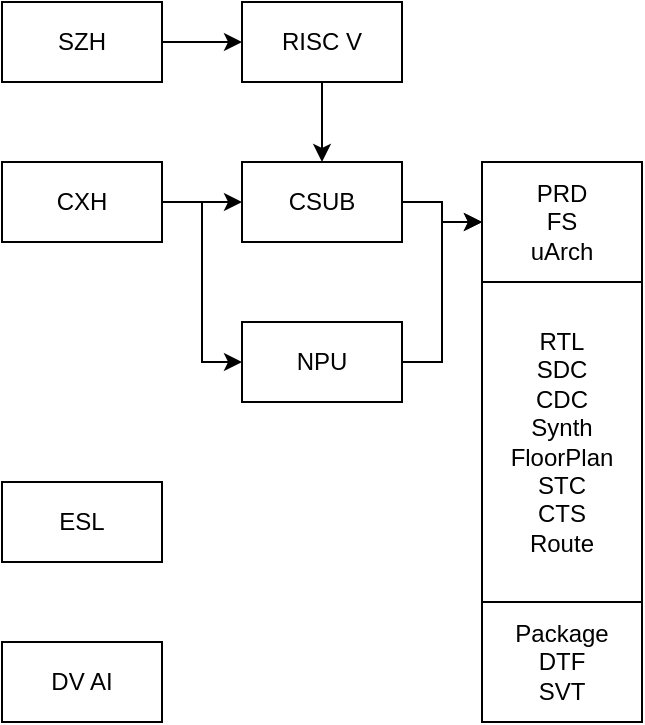
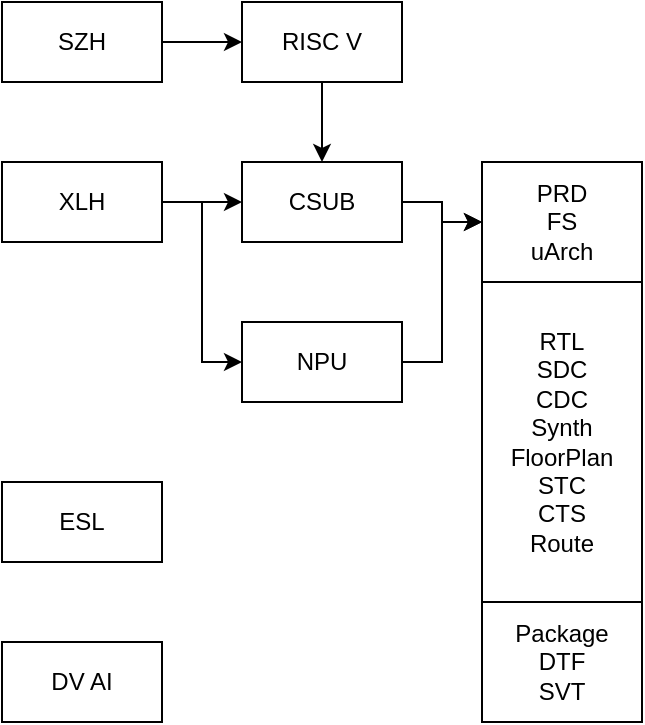
<mxfile host="app.diagrams.net" agent="Mozilla/5.0 (Macintosh; Intel Mac OS X 10_15_7) AppleWebKit/537.36 (KHTML, like Gecko) Chrome/125.0.0.0 Safari/537.36" border="50" scale="3" compressed="false" locked="false">
  <diagram id="YmL12bMKpDGza6XwsDPr" name="第 1 页">
-     <mxGraphModel dx="1173" dy="630" grid="1" gridSize="10" guides="1" tooltips="1" connect="1" arrows="1" fold="1" page="0" pageScale="1" pageWidth="827" pageHeight="1169" math="1" shadow="0">
+     <mxGraphModel dx="1188" dy="645" grid="1" gridSize="10" guides="1" tooltips="1" connect="1" arrows="1" fold="1" page="0" pageScale="1" pageWidth="827" pageHeight="1169" math="1" shadow="0">
      <root>
        <mxCell id="X5NqExCQtvZxIxQ7pmgY-0" />
        <mxCell id="1" parent="X5NqExCQtvZxIxQ7pmgY-0" />
        <mxCell id="rQvUUtji4W4iaLh92UM--3" edge="1" parent="1" source="rQvUUtji4W4iaLh92UM--1" style="edgeStyle=orthogonalEdgeStyle;rounded=0;orthogonalLoop=1;jettySize=auto;html=1;" target="rQvUUtji4W4iaLh92UM--2" value="">
          <mxGeometry relative="1" as="geometry" />
        </mxCell>
        <mxCell id="rQvUUtji4W4iaLh92UM--1" parent="1" style="rounded=0;whiteSpace=wrap;html=1;" value="SZH" vertex="1">
          <mxGeometry height="40" width="80" x="320" y="320" as="geometry" />
        </mxCell>
        <mxCell id="rQvUUtji4W4iaLh92UM--7" edge="1" parent="1" source="rQvUUtji4W4iaLh92UM--2" style="edgeStyle=orthogonalEdgeStyle;rounded=0;orthogonalLoop=1;jettySize=auto;html=1;" target="rQvUUtji4W4iaLh92UM--5" value="">
          <mxGeometry relative="1" as="geometry" />
        </mxCell>
        <mxCell id="rQvUUtji4W4iaLh92UM--2" parent="1" style="rounded=0;whiteSpace=wrap;html=1;" value="RISC V" vertex="1">
          <mxGeometry height="40" width="80" x="440" y="320" as="geometry" />
        </mxCell>
        <mxCell id="rQvUUtji4W4iaLh92UM--8" edge="1" parent="1" source="rQvUUtji4W4iaLh92UM--4" style="edgeStyle=orthogonalEdgeStyle;rounded=0;orthogonalLoop=1;jettySize=auto;html=1;" target="rQvUUtji4W4iaLh92UM--5" value="">
          <mxGeometry relative="1" as="geometry" />
        </mxCell>
-         <mxCell id="rQvUUtji4W4iaLh92UM--4" parent="1" style="rounded=0;whiteSpace=wrap;html=1;" value="CXH" vertex="1">
+         <mxCell id="rQvUUtji4W4iaLh92UM--4" parent="1" style="rounded=0;whiteSpace=wrap;html=1;" value="XLH" vertex="1">
          <mxGeometry height="40" width="80" x="320" y="400" as="geometry" />
        </mxCell>
        <mxCell id="rQvUUtji4W4iaLh92UM--14" edge="1" parent="1" source="rQvUUtji4W4iaLh92UM--5" style="edgeStyle=orthogonalEdgeStyle;rounded=0;orthogonalLoop=1;jettySize=auto;html=1;" target="rQvUUtji4W4iaLh92UM--10" value="">
          <mxGeometry relative="1" as="geometry" />
        </mxCell>
        <mxCell id="rQvUUtji4W4iaLh92UM--5" parent="1" style="rounded=0;whiteSpace=wrap;html=1;" value="CSUB" vertex="1">
          <mxGeometry height="40" width="80" x="440" y="400" as="geometry" />
        </mxCell>
        <mxCell id="rQvUUtji4W4iaLh92UM--15" edge="1" parent="1" source="rQvUUtji4W4iaLh92UM--6" style="edgeStyle=orthogonalEdgeStyle;rounded=0;orthogonalLoop=1;jettySize=auto;html=1;exitX=1;exitY=0.5;exitDx=0;exitDy=0;entryX=0;entryY=0.5;entryDx=0;entryDy=0;" target="rQvUUtji4W4iaLh92UM--10" value="">
          <mxGeometry relative="1" as="geometry">
            <Array as="points">
              <mxPoint x="540" y="500" />
              <mxPoint x="540" y="430" />
            </Array>
            <mxPoint x="340" y="680" as="sourcePoint" />
            <mxPoint x="560" y="440" as="targetPoint" />
          </mxGeometry>
        </mxCell>
        <mxCell id="rQvUUtji4W4iaLh92UM--6" parent="1" style="rounded=0;whiteSpace=wrap;html=1;" value="NPU" vertex="1">
          <mxGeometry height="40" width="80" x="440" y="480" as="geometry" />
        </mxCell>
        <mxCell id="rQvUUtji4W4iaLh92UM--9" edge="1" parent="1" source="rQvUUtji4W4iaLh92UM--4" style="endArrow=classic;html=1;rounded=0;exitX=1;exitY=0.5;exitDx=0;exitDy=0;entryX=0;entryY=0.5;entryDx=0;entryDy=0;edgeStyle=orthogonalEdgeStyle;" target="rQvUUtji4W4iaLh92UM--6" value="">
          <mxGeometry height="50" relative="1" width="50" as="geometry">
            <mxPoint x="390" y="410" as="sourcePoint" />
            <mxPoint x="440" y="360" as="targetPoint" />
          </mxGeometry>
        </mxCell>
        <mxCell id="rQvUUtji4W4iaLh92UM--16" parent="1" style="rounded=0;whiteSpace=wrap;html=1;" value="ESL" vertex="1">
          <mxGeometry height="40" width="80" x="320" y="560" as="geometry" />
        </mxCell>
        <mxCell id="rQvUUtji4W4iaLh92UM--17" parent="1" style="rounded=0;whiteSpace=wrap;html=1;" value="DV AI" vertex="1">
          <mxGeometry height="40" width="80" x="320" y="640" as="geometry" />
        </mxCell>
        <mxCell id="rQvUUtji4W4iaLh92UM--12" parent="1" style="rounded=0;whiteSpace=wrap;html=1;" value="Package&lt;br&gt;DTF&lt;br&gt;SVT" vertex="1">
          <mxGeometry height="60" width="80" x="560" y="620" as="geometry" />
        </mxCell>
        <mxCell id="rQvUUtji4W4iaLh92UM--10" parent="1" style="rounded=0;whiteSpace=wrap;html=1;" value="PRD&lt;div&gt;FS&lt;/div&gt;&lt;div&gt;uArch&lt;/div&gt;" vertex="1">
          <mxGeometry height="60" width="80" x="560" y="400" as="geometry" />
        </mxCell>
        <mxCell id="rQvUUtji4W4iaLh92UM--11" parent="1" style="rounded=0;whiteSpace=wrap;html=1;" value="RTL&lt;div&gt;SDC&lt;/div&gt;&lt;div&gt;CDC&lt;/div&gt;&lt;div&gt;Synth&lt;br&gt;FloorPlan&lt;/div&gt;&lt;div&gt;STC&lt;/div&gt;&lt;div&gt;CTS&lt;/div&gt;&lt;div&gt;Route&lt;/div&gt;" vertex="1">
          <mxGeometry height="160" width="80" x="560" y="460" as="geometry" />
        </mxCell>
      </root>
    </mxGraphModel>
  </diagram>
</mxfile>
